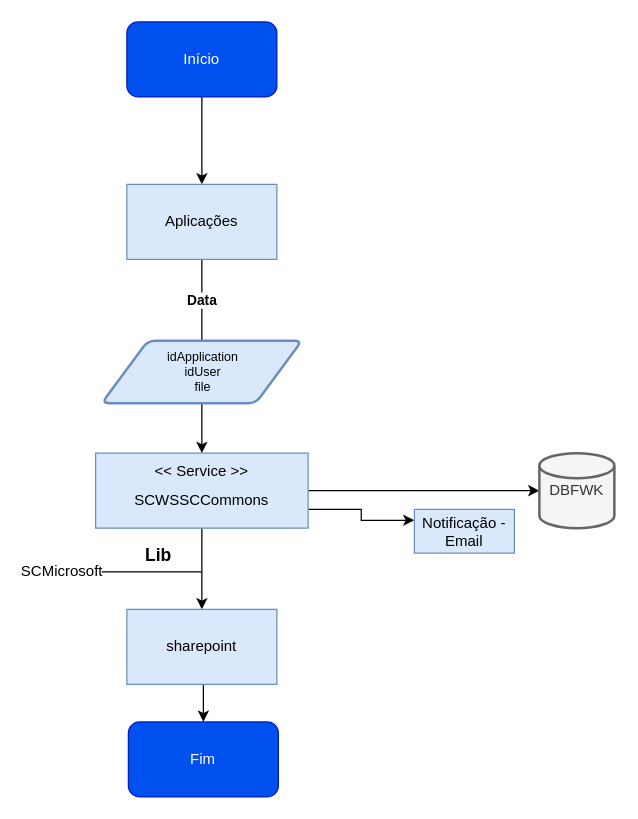
Earlier version of the draw.io diagram page "Registar ficheiro" (1 of 3) of Diagrama sem nome.drawio (deviniciuss/AndroidHistory). Source tidied: cells renumbered, new cells numbered last; positions are measured from the earlier drawing's top-left corner, leaving out a move shared by most shapes. Both pictures are drawn from the tidied source at 125%, with x=0, y=0 at pixel (26, 21).
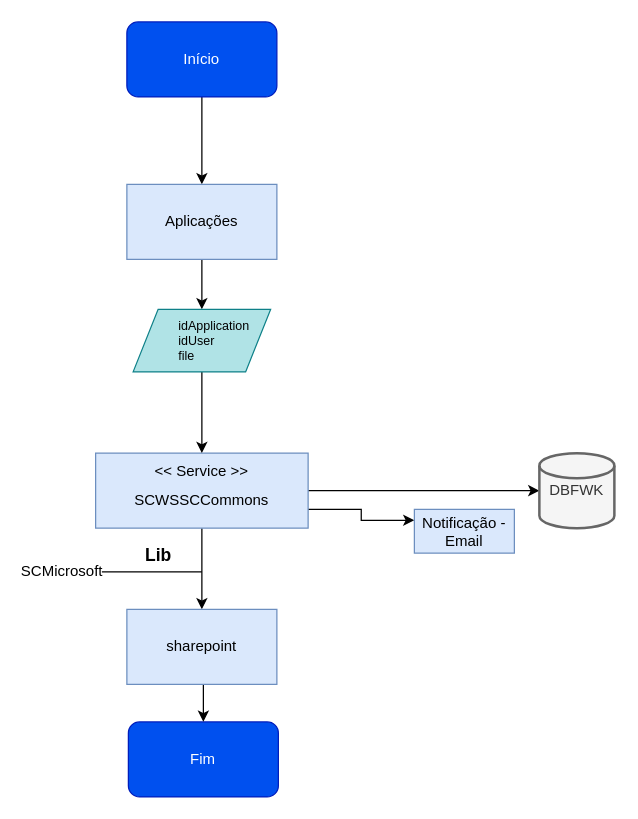
The same page after the edit.

The change refers to these unchanged cells:
```xml
<mxCell id="5" value="Aplicações&lt;br&gt;" style="rounded=0;whiteSpace=wrap;html=1;fillColor=#dae8fc;strokeColor=#6c8ebf;" parent="1" vertex="1">
  <mxGeometry x="80" y="130" width="120" height="60" as="geometry" />
</mxCell>
<mxCell id="12" value="&amp;lt;&amp;lt; Service &amp;gt;&amp;gt;" style="text;html=1;strokeColor=none;fillColor=none;align=center;verticalAlign=middle;whiteSpace=wrap;rounded=0;" parent="1" vertex="1">
  <mxGeometry x="100" y="345" width="80" height="30" as="geometry" />
</mxCell>
```

Diff of the diagram source:
```diff
@@
-    <mxCell id="4" value="&lt;b&gt;Data&lt;/b&gt;" style="edgeStyle=orthogonalEdgeStyle;rounded=0;jettySize=auto;html=1;exitX=0.5;exitY=1;exitDx=0;exitDy=0;entryX=0.5;entryY=0;entryDx=0;entryDy=0;endArrow=none;endFill=0;" parent="1" edge="1" source="5" target="11">
-      <mxGeometry relative="1" as="geometry" />
-    </mxCell>
+    <mxCell id="22" style="edgeStyle=orthogonalEdgeStyle;rounded=0;jettySize=auto;html=1;exitX=0.5;exitY=1;exitDx=0;exitDy=0;entryX=0.5;entryY=0;entryDx=0;entryDy=0;" parent="1" edge="1" source="5" target="24">
+      <mxGeometry relative="1" as="geometry" />
+    </mxCell>
@@
-    <mxCell id="10" style="edgeStyle=orthogonalEdgeStyle;rounded=0;jettySize=auto;html=1;exitX=0.5;exitY=1;exitDx=0;exitDy=0;entryX=0.5;entryY=0;entryDx=0;entryDy=0;" parent="1" edge="1" source="11" target="12">
-      <mxGeometry relative="1" as="geometry" />
-    </mxCell>
-    <mxCell id="11" style="shape=parallelogram;html=1;strokeWidth=2;perimeter=parallelogramPerimeter;whiteSpace=wrap;rounded=1;arcSize=12;size=0.23;fillColor=#dae8fc;strokeColor=#6c8ebf;" parent="1" vertex="1">
-      <mxGeometry x="60" y="255" width="160" height="50" as="geometry" />
-    </mxCell>
@@
-    <mxCell id="13" value="idApplication&lt;br style=&quot;font-size: 10px;&quot;&gt;idUser&lt;br style=&quot;font-size: 10px;&quot;&gt;file&lt;br&gt;" style="text;html=1;align=center;verticalAlign=middle;whiteSpace=wrap;rounded=0;fontSize=10;" parent="1" vertex="1">
-      <mxGeometry x="76.2" y="265" width="130" height="30" as="geometry" />
-    </mxCell>
@@
+    <mxCell id="23" style="edgeStyle=orthogonalEdgeStyle;rounded=0;jettySize=auto;html=1;exitX=0.5;exitY=1;exitDx=0;exitDy=0;entryX=0.5;entryY=0;entryDx=0;entryDy=0;" parent="1" edge="1" source="24" target="12">
+      <mxGeometry relative="1" as="geometry" />
+    </mxCell>
+    <mxCell id="24" style="shape=parallelogram;perimeter=parallelogramPerimeter;whiteSpace=wrap;html=1;fixedSize=1;fillColor=#b0e3e6;strokeColor=#0e8088;" parent="1" vertex="1">
+      <mxGeometry x="85" y="230" width="110" height="50" as="geometry" />
+    </mxCell>
+    <mxCell id="13" value="&lt;div style=&quot;text-align: justify;&quot;&gt;&lt;span style=&quot;background-color: initial;&quot;&gt;idApplication&lt;/span&gt;&lt;/div&gt;&lt;div style=&quot;text-align: justify;&quot;&gt;&lt;span style=&quot;background-color: initial;&quot;&gt;idUser&lt;/span&gt;&lt;/div&gt;&lt;div style=&quot;text-align: justify;&quot;&gt;&lt;span style=&quot;background-color: initial;&quot;&gt;file&lt;/span&gt;&lt;/div&gt;" style="text;html=1;align=center;verticalAlign=middle;whiteSpace=wrap;rounded=0;fontSize=10;rotation=0;" parent="1" vertex="1">
+      <mxGeometry x="85" y="240" width="130" height="30" as="geometry" />
+    </mxCell>
```
